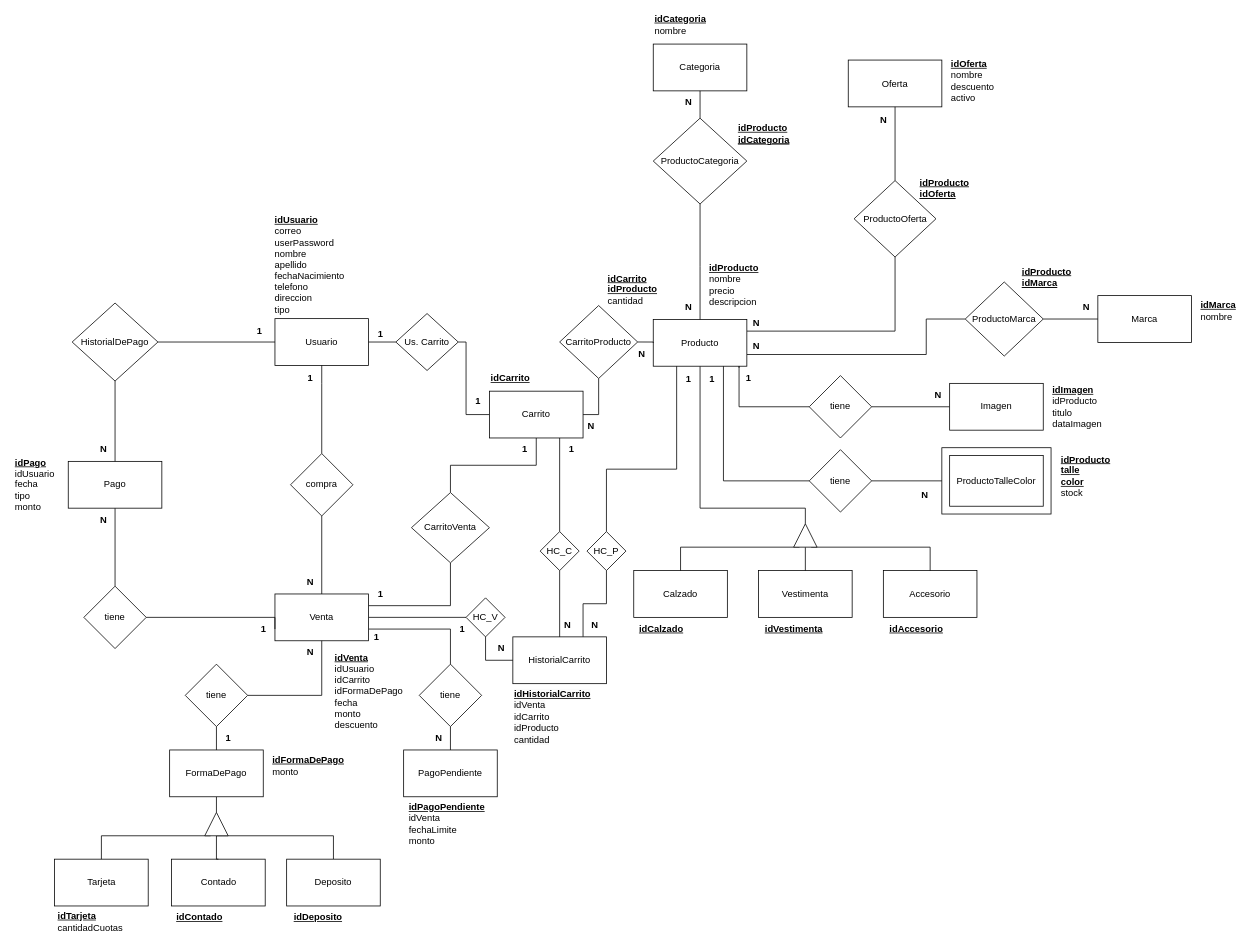
YolausGG/ProyectosReact-TrocheGodoy keeps this draw.io diagram as documentacion-Ecommerce/MEREcommerce.drawio. Above is the earlier version. Source tidied: cells renumbered, new cells numbered last; positions are measured from the earlier drawing's top-left corner, leaving out a move shared by most shapes. Both pictures are drawn from the tidied source at 78%, with x=0, y=0 at pixel (13, 16).
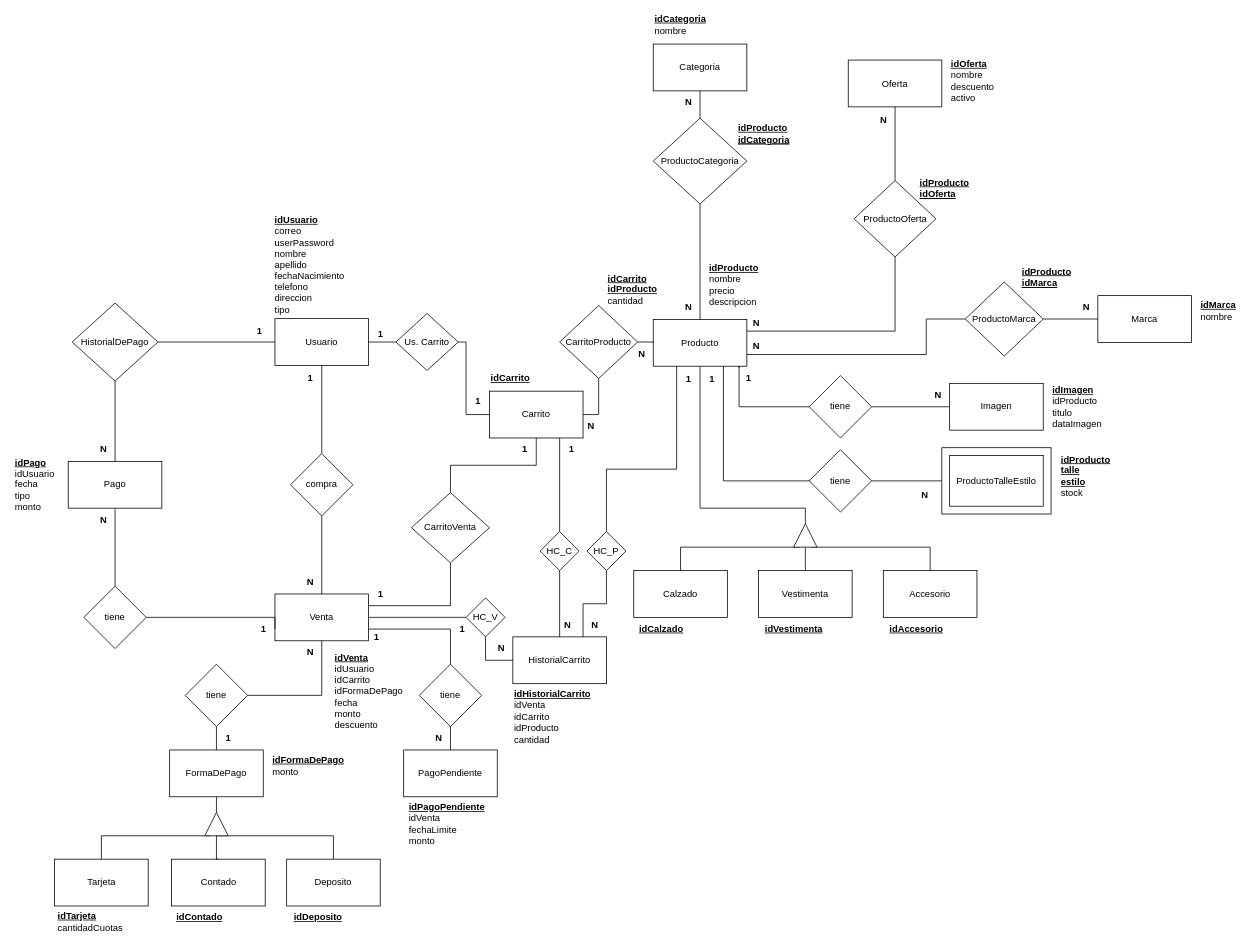
After the change.

The edit, as a diff of the source:
```diff
@@
-    <mxCell id="104" value="ProductoTalleColor" style="rounded=0;whiteSpace=wrap;html=1;" parent="1" vertex="1">
+    <mxCell id="104" value="ProductoTalleEstilo" style="rounded=0;whiteSpace=wrap;html=1;" parent="1" vertex="1">
       <mxGeometry x="1200" y="562.5" width="120" height="65" as="geometry" />
     </mxCell>
@@
-    <mxCell id="111" value="&lt;u style=&quot;&quot;&gt;idProducto&lt;br&gt;talle&lt;br&gt;&lt;/u&gt;&lt;u style=&quot;&quot;&gt;color&lt;/u&gt;&lt;br&gt;&lt;span style=&quot;font-weight: normal;&quot;&gt;stock&lt;/span&gt;" style="text;html=1;strokeColor=none;fillColor=none;align=left;verticalAlign=middle;whiteSpace=wrap;rounded=0;fontStyle=1;" parent="1" vertex="1">
+    <mxCell id="111" value="&lt;u style=&quot;&quot;&gt;idProducto&lt;br&gt;talle&lt;br&gt;&lt;/u&gt;&lt;u&gt;estilo&lt;/u&gt;&lt;br&gt;&lt;span style=&quot;font-weight: normal;&quot;&gt;stock&lt;/span&gt;" style="text;html=1;strokeColor=none;fillColor=none;align=left;verticalAlign=middle;whiteSpace=wrap;rounded=0;fontStyle=1;" parent="1" vertex="1">
       <mxGeometry x="1341" y="555" width="70" height="68" as="geometry" />
     </mxCell>
```
